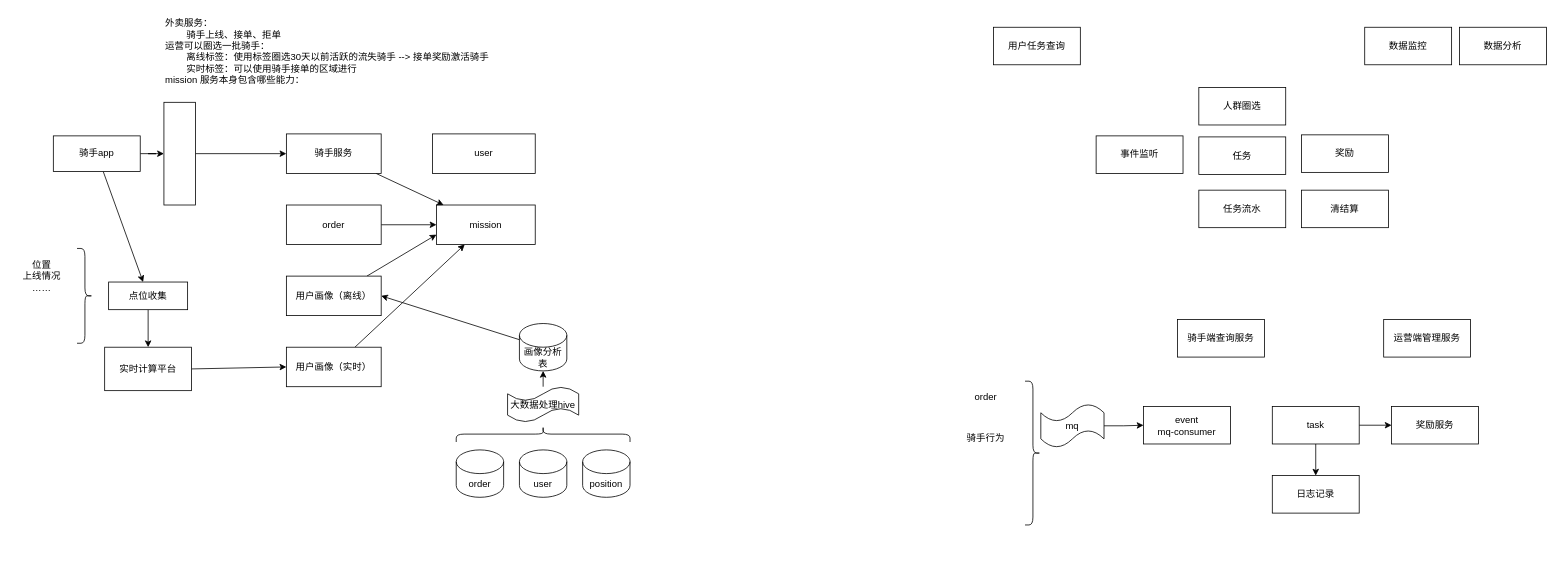
This is 面试1.drawio from ShayneL/-, a draw.io file, before an edit. Source tidied: cells renumbered, new cells numbered last; positions are measured from the earlier drawing's top-left corner, leaving out a move shared by most shapes. Both pictures are drawn from the tidied source at 79%, with x=0, y=0 at pixel (13, 13).
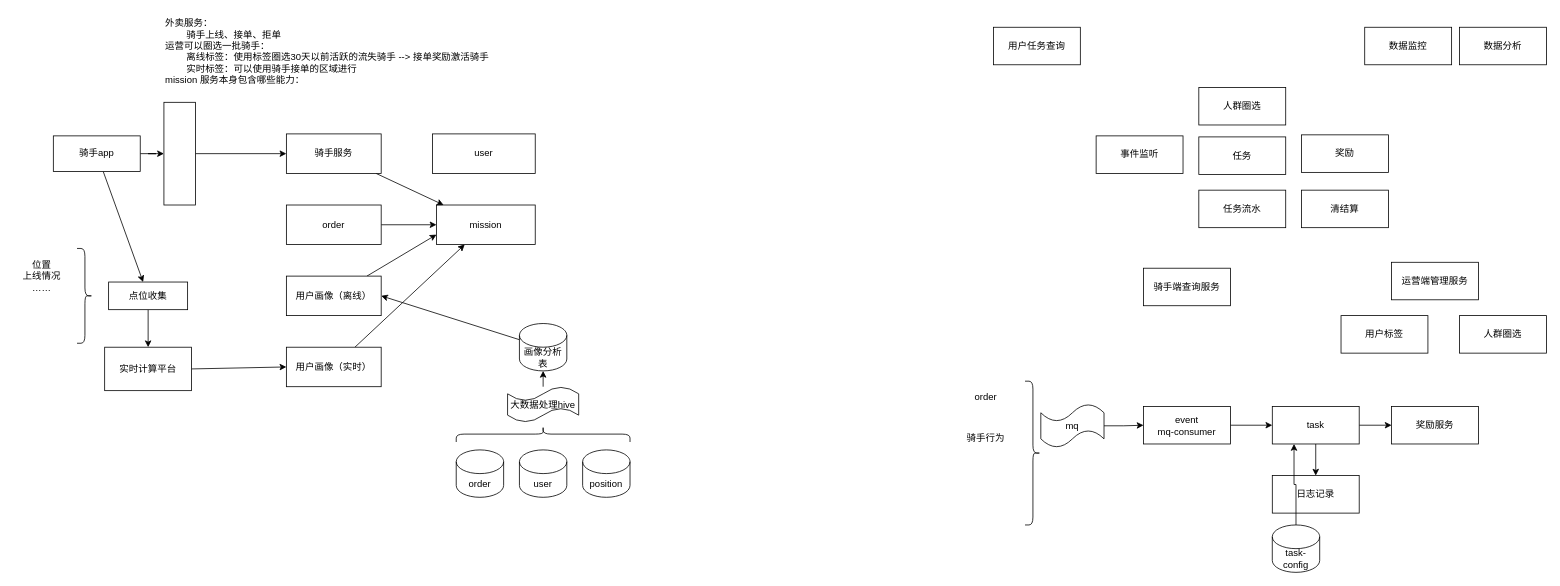
After the change.

The change refers to these unchanged cells:
```xml
<mxCell id="43" value="task" style="rounded=0;whiteSpace=wrap;html=1;" parent="1" vertex="1">
  <mxGeometry x="1593" y="497" width="110" height="47.5" as="geometry" />
</mxCell>
<mxCell id="48" value="event&lt;div&gt;mq-consumer&lt;/div&gt;" style="rounded=0;whiteSpace=wrap;html=1;" parent="1" vertex="1">
  <mxGeometry x="1430" y="497" width="110" height="47.5" as="geometry" />
</mxCell>
```

Change to the diagram source:
```diff
@@
     <mxCell id="46" value="运营端管理服务" style="rounded=0;whiteSpace=wrap;html=1;" parent="1" vertex="1">
-      <mxGeometry x="1734" y="387" width="110" height="47.5" as="geometry" />
+      <mxGeometry x="1744" y="314.5" width="110" height="47.5" as="geometry" />
     </mxCell>
     <mxCell id="47" value="骑手端查询服务" style="rounded=0;whiteSpace=wrap;html=1;" parent="1" vertex="1">
-      <mxGeometry x="1473" y="387" width="110" height="47.5" as="geometry" />
+      <mxGeometry x="1430" y="322" width="110" height="47.5" as="geometry" />
     </mxCell>
+    <mxCell id="54" style="edgeStyle=orthogonalEdgeStyle;rounded=0;jettySize=auto;html=1;" parent="1" edge="1" source="48" target="43">
+      <mxGeometry relative="1" as="geometry" />
+    </mxCell>
@@
+    <mxCell id="55" style="edgeStyle=orthogonalEdgeStyle;rounded=0;jettySize=auto;html=1;entryX=0.25;entryY=1;entryDx=0;entryDy=0;" parent="1" edge="1" source="56" target="43">
+      <mxGeometry relative="1" as="geometry" />
+    </mxCell>
+    <mxCell id="56" value="task-config" style="shape=cylinder3;whiteSpace=wrap;html=1;boundedLbl=1;backgroundOutline=1;size=15;" parent="1" vertex="1">
+      <mxGeometry x="1593" y="647" width="60" height="60" as="geometry" />
+    </mxCell>
+    <mxCell id="57" value="人群圈选" style="rounded=0;whiteSpace=wrap;html=1;" parent="1" vertex="1">
+      <mxGeometry x="1830" y="382" width="110" height="47.5" as="geometry" />
+    </mxCell>
+    <mxCell id="58" value="用户标签" style="rounded=0;whiteSpace=wrap;html=1;" parent="1" vertex="1">
+      <mxGeometry x="1680" y="382" width="110" height="47.5" as="geometry" />
+    </mxCell>
+    <mxCell id="59" style="edgeStyle=orthogonalEdgeStyle;rounded=0;orthogonalLoop=1;jettySize=auto;html=1;exitX=0.5;exitY=1;exitDx=0;exitDy=0;" parent="1" edge="1" source="58" target="58">
+      <mxGeometry relative="1" as="geometry" />
+    </mxCell>
```
